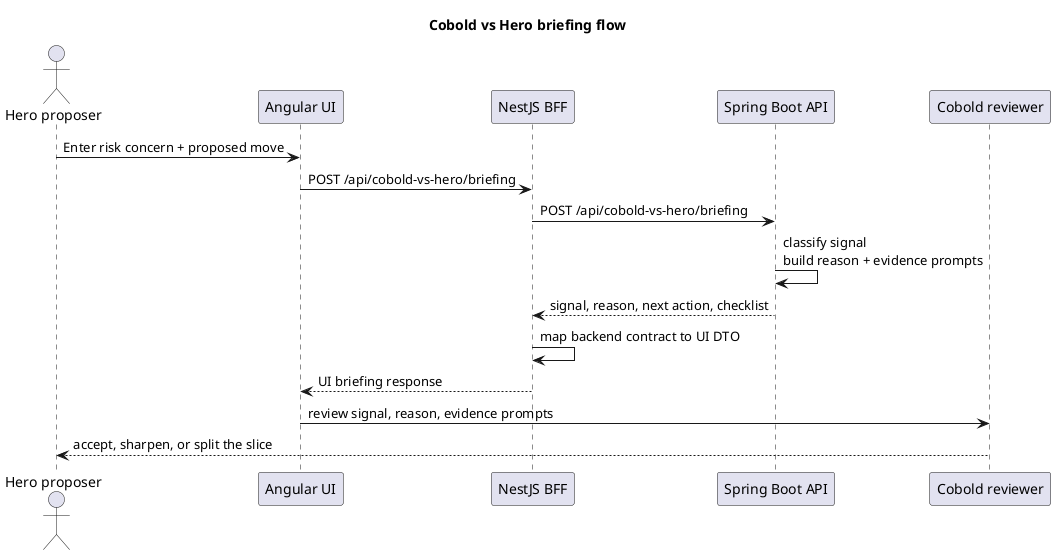
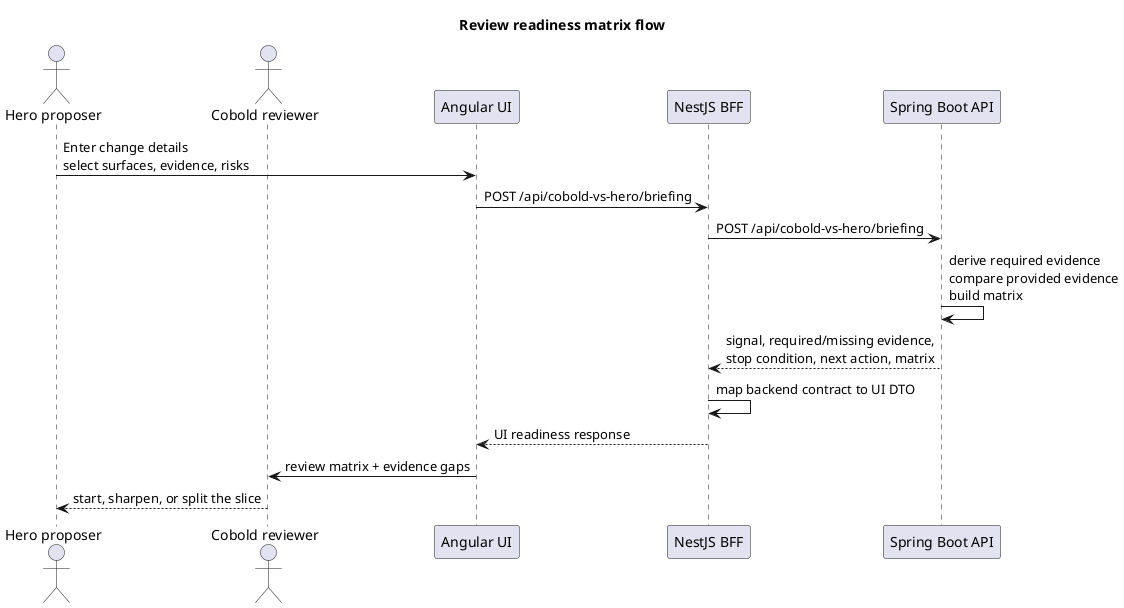
@startuml
- title Cobold vs Hero briefing flow
+ title Review readiness matrix flow

actor "Hero proposer" as hero
+ actor "Cobold reviewer" as cobold
participant "Angular UI" as ui
participant "NestJS BFF" as bff
participant "Spring Boot API" as api
- participant "Cobold reviewer" as cobold

- hero -> ui: Enter risk concern + proposed move
+ hero -> ui: Enter change details\nselect surfaces, evidence, risks
ui -> bff: POST /api/cobold-vs-hero/briefing
bff -> api: POST /api/cobold-vs-hero/briefing
- api -> api: classify signal\nbuild reason + evidence prompts
- api --> bff: signal, reason, next action, checklist
+ api -> api: derive required evidence\ncompare provided evidence\nbuild matrix
+ api --> bff: signal, required/missing evidence,\nstop condition, next action, matrix
bff -> bff: map backend contract to UI DTO
- bff --> ui: UI briefing response
- ui -> cobold: review signal, reason, evidence prompts
- cobold --> hero: accept, sharpen, or split the slice
+ bff --> ui: UI readiness response
+ ui -> cobold: review matrix + evidence gaps
+ cobold --> hero: start, sharpen, or split the slice

@enduml
